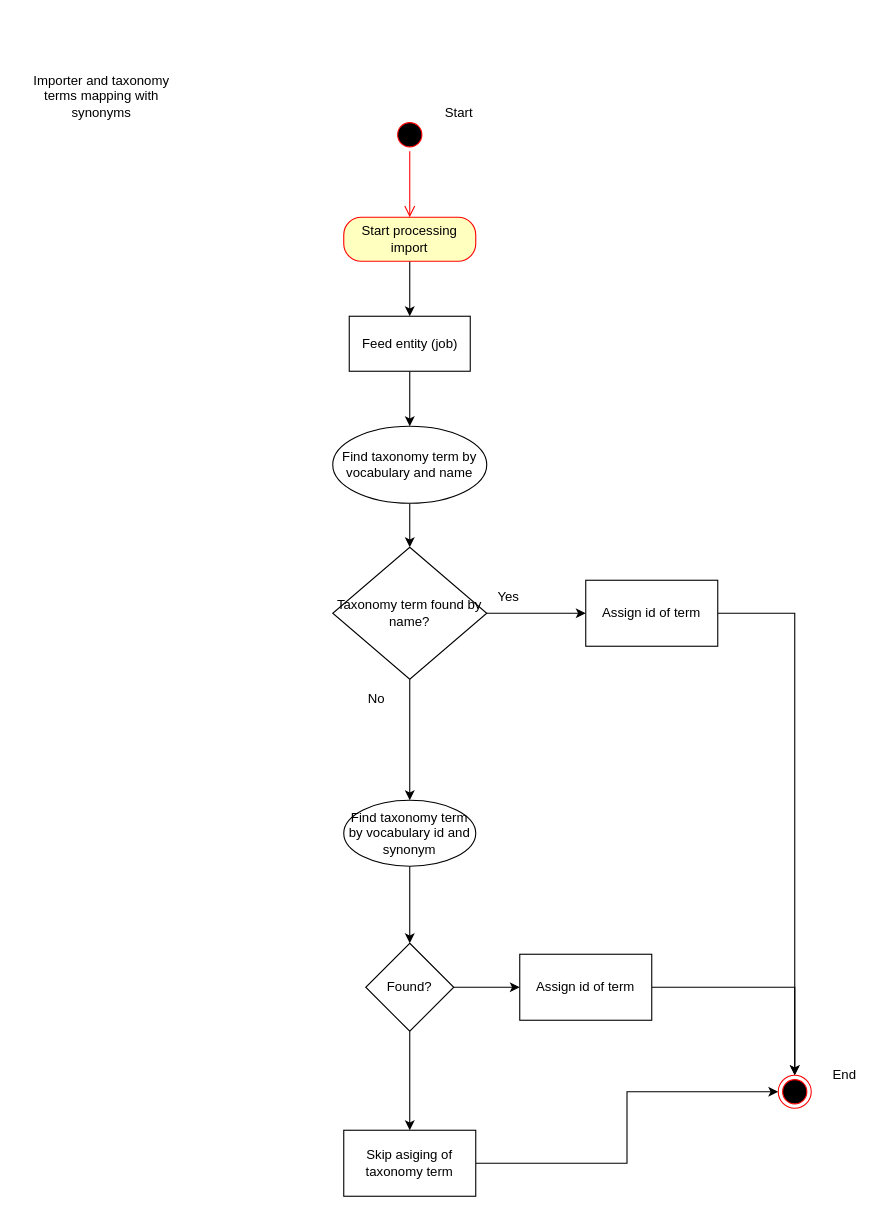
This is Untitled Diagram.drawio from alesbencina/ad_challenge, a draw.io file, before an edit. Source tidied: cells renumbered, new cells numbered last; positions are measured from the earlier drawing's top-left corner, leaving out a move shared by most shapes. Both pictures are drawn from the tidied source at 110%, with x=0, y=0 at pixel (19, 19).
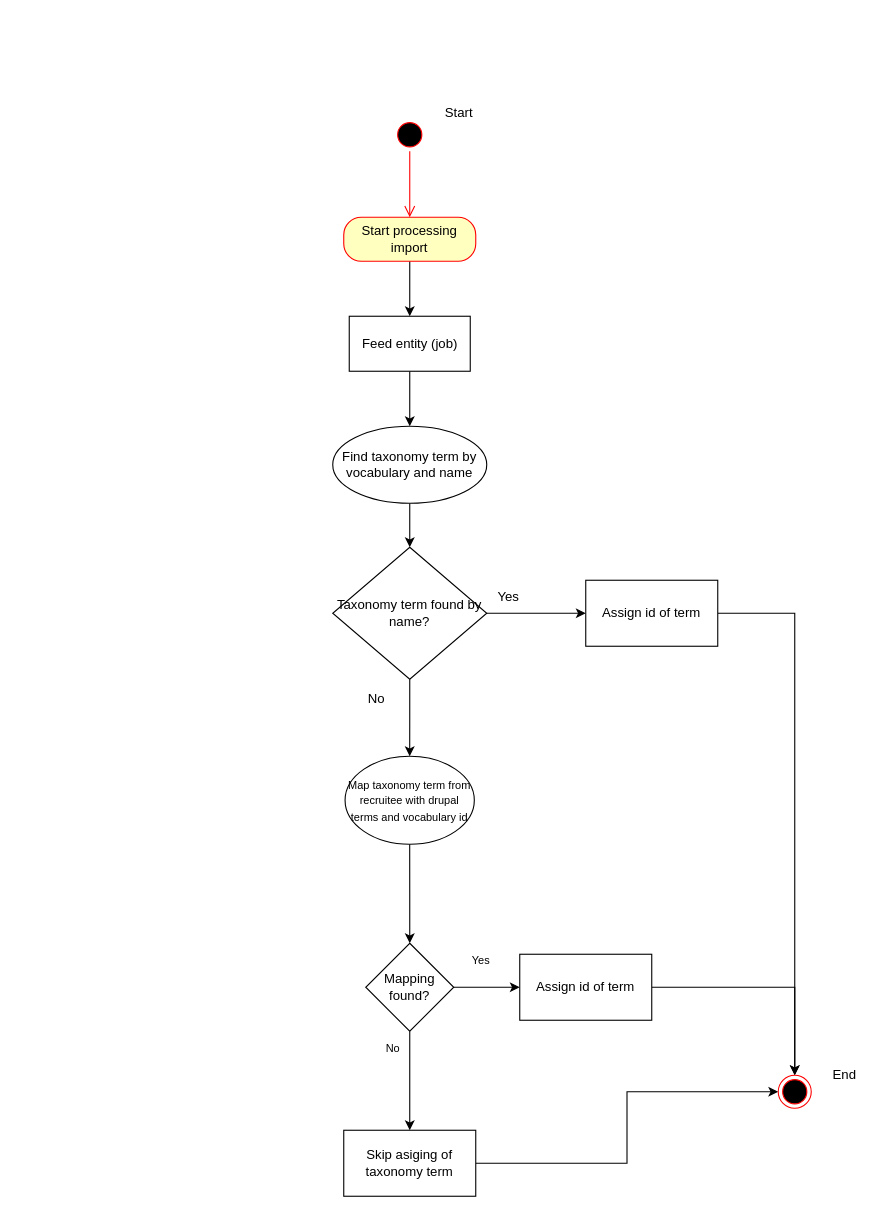
The same diagram, later.

Diff of the diagram source:
```diff
@@
-    <mxCell id="2" value="Importer and taxonomy terms mapping with synonyms" style="text;html=1;strokeColor=none;fillColor=none;align=center;verticalAlign=middle;whiteSpace=wrap;rounded=0;" parent="1" vertex="1">
-      <mxGeometry width="150" height="140" as="geometry" />
-    </mxCell>
@@
-    <mxCell id="18" value="Find taxonomy term by vocabulary id and synonym" style="ellipse;whiteSpace=wrap;html=1;" parent="1" vertex="1">
-      <mxGeometry x="295" y="710" width="120" height="60" as="geometry" />
+    <mxCell id="18" value="&lt;font style=&quot;font-size: 10px&quot;&gt;Map taxonomy term from recruitee with drupal terms and vocabulary id&lt;/font&gt;" style="ellipse;whiteSpace=wrap;html=1;" parent="1" vertex="1">
+      <mxGeometry x="296.2" y="670" width="117.5" height="80" as="geometry" />
     </mxCell>
@@
-    <mxCell id="21" value="Found?" style="rhombus;whiteSpace=wrap;html=1;" parent="1" vertex="1">
+    <mxCell id="21" value="Mapping found?" style="rhombus;whiteSpace=wrap;html=1;" parent="1" vertex="1">
       <mxGeometry x="315" y="840" width="80" height="80" as="geometry" />
     </mxCell>
@@
+    <mxCell id="30" value="No" style="text;html=1;strokeColor=none;fillColor=none;align=center;verticalAlign=middle;whiteSpace=wrap;rounded=0;fontSize=10;" parent="1" vertex="1">
+      <mxGeometry x="310" y="920" width="60" height="30" as="geometry" />
+    </mxCell>
+    <mxCell id="31" value="Yes" style="text;html=1;strokeColor=none;fillColor=none;align=center;verticalAlign=middle;whiteSpace=wrap;rounded=0;fontSize=10;" parent="1" vertex="1">
+      <mxGeometry x="390" y="840" width="60" height="30" as="geometry" />
+    </mxCell>
```
